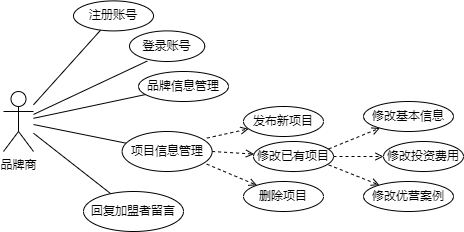
The draw.io diagram diagrams/brand.png in Chenyang-1024/DiagramsFromDrawIO, before a commit. Source tidied: cells renumbered, new cells last; positions are measured from the earlier drawing's top-left corner, leaving out a move shared by most shapes.
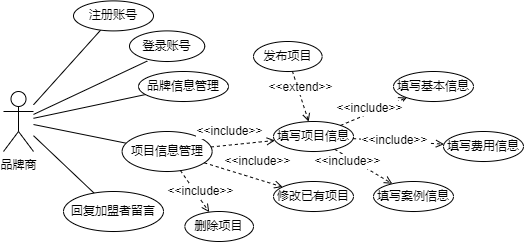
After the commit.

Change to the diagram source:
```diff
@@ -29,47 +29,86 @@
     <mxCell id="10" value="项目信息管理" style="ellipse;whiteSpace=wrap;html=1;" parent="1" vertex="1">
       <mxGeometry x="118.6" y="131" width="90" height="40" as="geometry" />
     </mxCell>
-    <mxCell id="11" style="endArrow=open;dashed=1;html=1;rounded=0;exitX=0.942;exitY=0.165;exitDx=0;exitDy=0;exitPerimeter=0;endFill=0;" parent="1" edge="1" source="10" target="12">
+    <mxCell id="11" style="endArrow=open;dashed=1;html=1;rounded=0;endFill=0;" parent="1" edge="1" source="10" target="12">
       <mxGeometry relative="1" as="geometry" />
     </mxCell>
+    <mxCell id="25" value="&amp;lt;&amp;lt;include&amp;gt;&amp;gt;" style="edgeLabel;html=1;align=center;verticalAlign=middle;" parent="11" vertex="1">
+      <mxGeometry x="0.38" y="-1" relative="1" as="geometry">
+        <mxPoint x="-27" y="-12" as="offset" />
+      </mxGeometry>
+    </mxCell>
-    <mxCell id="12" value="发布新项目" style="ellipse;whiteSpace=wrap;html=1;" parent="1" vertex="1">
-      <mxGeometry x="240" y="106" width="80" height="30" as="geometry" />
+    <mxCell id="12" value="填写项目信息" style="ellipse;whiteSpace=wrap;html=1;" parent="1" vertex="1">
+      <mxGeometry x="270" y="121" width="80" height="30" as="geometry" />
     </mxCell>
-    <mxCell id="13" style="endArrow=open;dashed=1;html=1;rounded=0;endFill=0;exitX=1;exitY=0.5;exitDx=0;exitDy=0;" parent="1" edge="1" source="10" target="14">
+    <mxCell id="13" style="endArrow=open;dashed=1;html=1;rounded=0;endFill=0;" parent="1" edge="1" source="10" target="14">
       <mxGeometry relative="1" as="geometry" />
     </mxCell>
+    <mxCell id="26" value="&amp;lt;&amp;lt;include&amp;gt;&amp;gt;" style="edgeLabel;html=1;align=center;verticalAlign=middle;" parent="13" vertex="1">
+      <mxGeometry x="0.36" y="-1" relative="1" as="geometry">
+        <mxPoint y="-19" as="offset" />
+      </mxGeometry>
+    </mxCell>
     <mxCell id="14" value="修改已有项目" style="ellipse;whiteSpace=wrap;html=1;" parent="1" vertex="1">
-      <mxGeometry x="250" y="141" width="80" height="30" as="geometry" />
+      <mxGeometry x="270" y="181" width="80" height="30" as="geometry" />
     </mxCell>
-    <mxCell id="15" style="endArrow=open;dashed=1;html=1;rounded=0;exitX=0.94;exitY=0.815;exitDx=0;exitDy=0;endFill=0;exitPerimeter=0;" parent="1" edge="1" source="10" target="16">
+    <mxCell id="15" style="endArrow=open;dashed=1;html=1;rounded=0;endFill=0;" parent="1" edge="1" source="10" target="16">
       <mxGeometry relative="1" as="geometry" />
     </mxCell>
+    <mxCell id="27" value="&amp;lt;&amp;lt;include&amp;gt;&amp;gt;" style="edgeLabel;html=1;align=center;verticalAlign=middle;" parent="15" vertex="1">
+      <mxGeometry x="0.41" relative="1" as="geometry">
+        <mxPoint x="-1" y="-9" as="offset" />
+      </mxGeometry>
+    </mxCell>
     <mxCell id="16" value="删除项目" style="ellipse;whiteSpace=wrap;html=1;" parent="1" vertex="1">
-      <mxGeometry x="240" y="181" width="80" height="30" as="geometry" />
+      <mxGeometry x="181.4" y="211" width="68.6" height="30" as="geometry" />
     </mxCell>
     <mxCell id="17" style="endArrow=none;html=1;rounded=0;" parent="1" edge="1" source="2" target="18">
       <mxGeometry relative="1" as="geometry" />
     </mxCell>
     <mxCell id="18" value="回复加盟者留言" style="ellipse;whiteSpace=wrap;html=1;" parent="1" vertex="1">
-      <mxGeometry x="80" y="191" width="100" height="40" as="geometry" />
+      <mxGeometry x="60" y="191" width="100" height="40" as="geometry" />
     </mxCell>
-    <mxCell id="19" style="endArrow=open;dashed=1;html=1;rounded=0;exitX=0.94;exitY=0.247;exitDx=0;exitDy=0;exitPerimeter=0;endFill=0;" parent="1" edge="1" source="14" target="20">
-      <mxGeometry relative="1" as="geometry" />
-    </mxCell>
-    <mxCell id="20" value="修改基本信息" style="ellipse;whiteSpace=wrap;html=1;" parent="1" vertex="1">
-      <mxGeometry x="360" y="101" width="90" height="30" as="geometry" />
-    </mxCell>
-    <mxCell id="21" style="endArrow=open;dashed=1;html=1;rounded=0;exitX=1;exitY=0.5;exitDx=0;exitDy=0;endFill=0;" parent="1" edge="1" source="14" target="22">
-      <mxGeometry relative="1" as="geometry" />
-    </mxCell>
-    <mxCell id="22" value="修改投资费用" style="ellipse;whiteSpace=wrap;html=1;" parent="1" vertex="1">
-      <mxGeometry x="380" y="141" width="80" height="30" as="geometry" />
-    </mxCell>
-    <mxCell id="23" style="endArrow=open;dashed=1;html=1;rounded=0;exitX=0.94;exitY=0.78;exitDx=0;exitDy=0;exitPerimeter=0;endFill=0;" parent="1" edge="1" source="14" target="24">
-      <mxGeometry relative="1" as="geometry" />
-    </mxCell>
-    <mxCell id="24" value="修改优营案例" style="ellipse;whiteSpace=wrap;html=1;" parent="1" vertex="1">
-      <mxGeometry x="360" y="181" width="90" height="30" as="geometry" />
-    </mxCell>
+    <mxCell id="28" value="发布项目" style="ellipse;whiteSpace=wrap;html=1;" parent="1" vertex="1">
+      <mxGeometry x="250" y="41" width="68.6" height="30" as="geometry" />
+    </mxCell>
+    <mxCell id="29" style="endArrow=none;dashed=1;html=1;rounded=0;startArrow=open;startFill=0;" parent="1" edge="1" source="12" target="28">
+      <mxGeometry relative="1" as="geometry" />
+    </mxCell>
+    <mxCell id="30" value="&amp;lt;&amp;lt;extend&amp;gt;&amp;gt;" style="edgeLabel;html=1;align=center;verticalAlign=middle;" parent="29" vertex="1">
+      <mxGeometry x="0.36" y="-2" relative="1" as="geometry" />
+    </mxCell>
+    <mxCell id="31" value="填写基本信息" style="ellipse;whiteSpace=wrap;html=1;" parent="1" vertex="1">
+      <mxGeometry x="390" y="71" width="80" height="30" as="geometry" />
+    </mxCell>
+    <mxCell id="32" value="填写费用信息" style="ellipse;whiteSpace=wrap;html=1;" parent="1" vertex="1">
+      <mxGeometry x="440" y="131" width="80" height="30" as="geometry" />
+    </mxCell>
+    <mxCell id="33" value="填写案例信息" style="ellipse;whiteSpace=wrap;html=1;" parent="1" vertex="1">
+      <mxGeometry x="370" y="181" width="80" height="30" as="geometry" />
+    </mxCell>
+    <mxCell id="34" style="endArrow=open;dashed=1;html=1;rounded=0;endFill=0;" parent="1" edge="1" source="12" target="31">
+      <mxGeometry relative="1" as="geometry" />
+    </mxCell>
+    <mxCell id="35" value="&amp;lt;&amp;lt;include&amp;gt;&amp;gt;" style="edgeLabel;html=1;align=center;verticalAlign=middle;" parent="34" vertex="1">
+      <mxGeometry x="-0.37" y="-3" relative="1" as="geometry">
+        <mxPoint x="6" y="-11" as="offset" />
+      </mxGeometry>
+    </mxCell>
+    <mxCell id="36" style="endArrow=open;dashed=1;html=1;rounded=0;endFill=0;" parent="1" edge="1" source="12" target="32">
+      <mxGeometry relative="1" as="geometry" />
+    </mxCell>
+    <mxCell id="37" value="&amp;lt;&amp;lt;include&amp;gt;&amp;gt;" style="edgeLabel;html=1;align=center;verticalAlign=middle;" parent="36" vertex="1">
+      <mxGeometry x="-0.35" y="-1" relative="1" as="geometry">
+        <mxPoint x="11" y="-1" as="offset" />
+      </mxGeometry>
+    </mxCell>
+    <mxCell id="38" style="endArrow=open;dashed=1;html=1;rounded=0;endFill=0;" parent="1" edge="1" source="12" target="33">
+      <mxGeometry relative="1" as="geometry" />
+    </mxCell>
+    <mxCell id="39" value="&amp;lt;&amp;lt;include&amp;gt;&amp;gt;" style="edgeLabel;html=1;align=center;verticalAlign=middle;" parent="38" vertex="1">
+      <mxGeometry x="0.28" y="-1" relative="1" as="geometry">
+        <mxPoint x="-24" y="-11" as="offset" />
+      </mxGeometry>
+    </mxCell>
   </root>
 </mxGraphModel>
```
